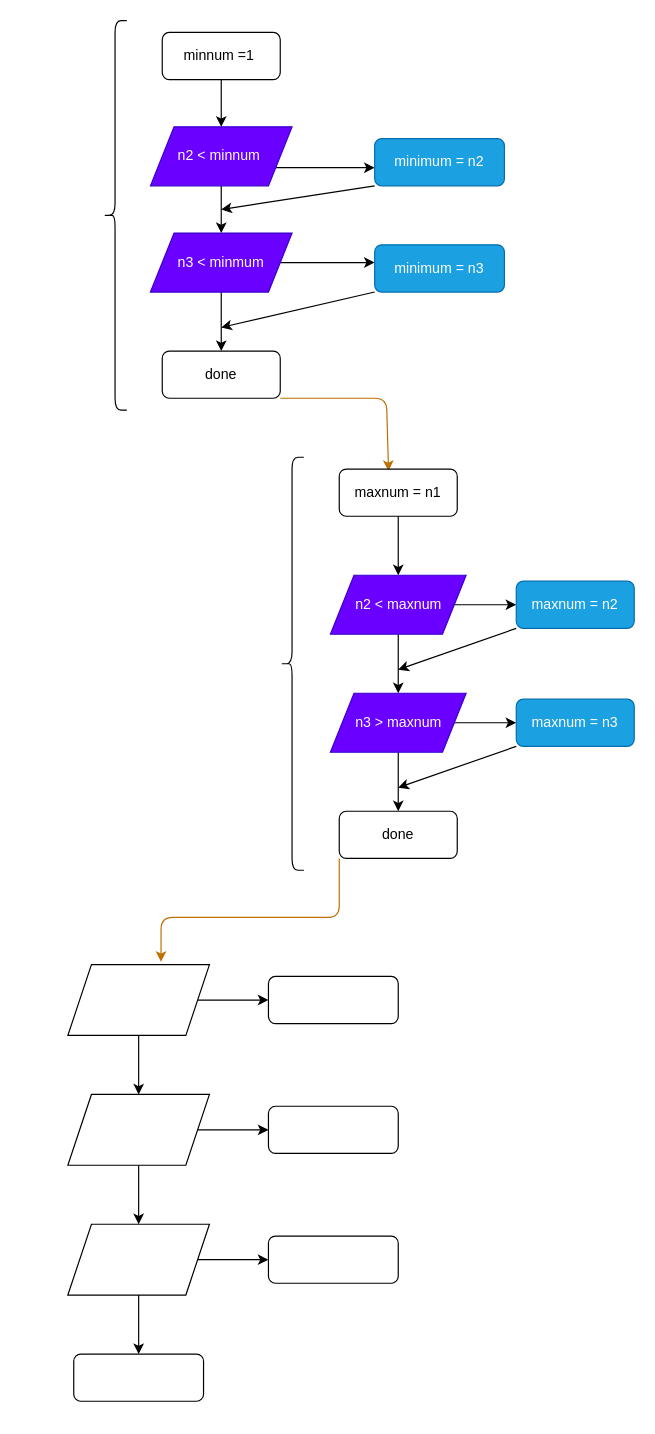
Above: main.drawio in ipivanparra/AD-3-2-F (draw.io), before the change. Source tidied: cells renumbered, new cells numbered last; positions are measured from the earlier drawing's top-left corner, leaving out a move shared by most shapes. Both pictures are drawn from the tidied source at 118%, with x=0, y=0 at pixel (67, 20).
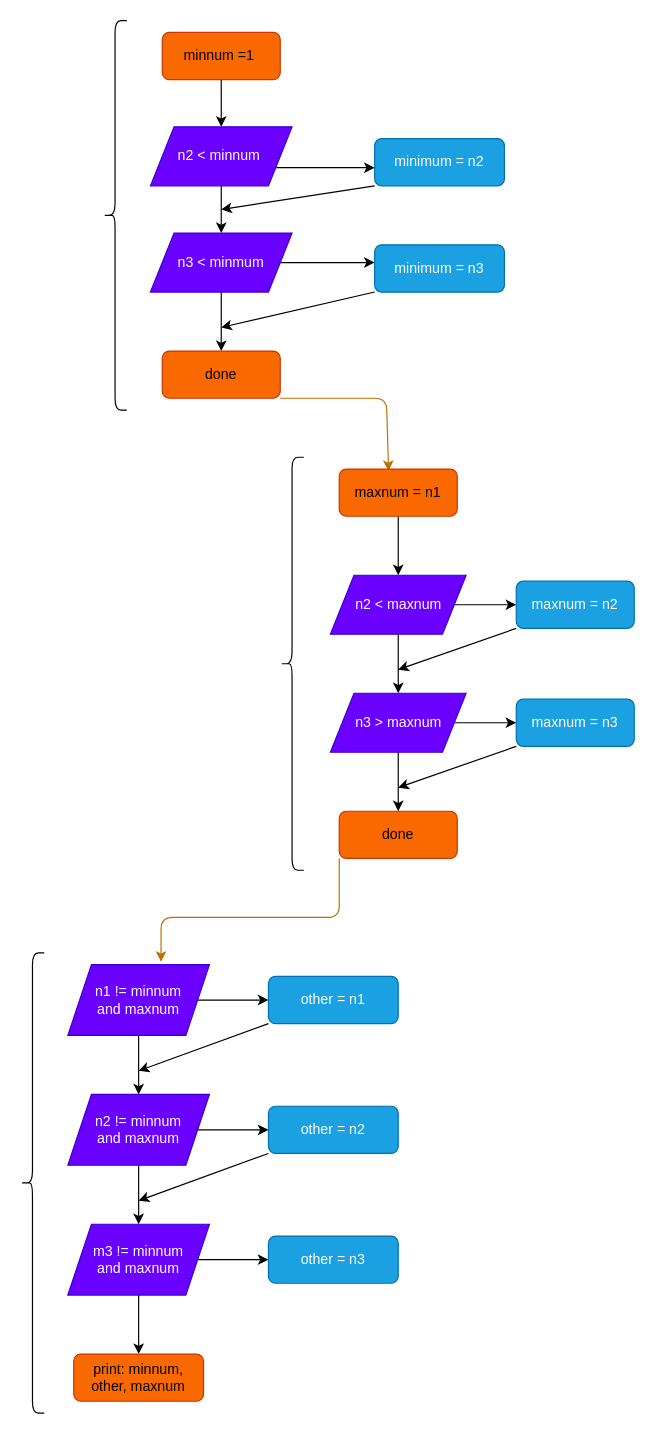
Above is the later version.

Change to the diagram source:
```diff
@@
-    <mxCell id="6" value="minnum =1&amp;nbsp;" style="rounded=1;whiteSpace=wrap;html=1;" parent="1" vertex="1">
+    <mxCell id="6" value="minnum =1&amp;nbsp;" style="rounded=1;whiteSpace=wrap;html=1;fillColor=#fa6800;fontColor=#000000;strokeColor=#C73500;" parent="1" vertex="1">
       <mxGeometry x="80" y="10" width="100" height="40" as="geometry" />
     </mxCell>
@@
-    <mxCell id="11" value="done" style="rounded=1;whiteSpace=wrap;html=1;" parent="1" vertex="1">
+    <mxCell id="11" value="done" style="rounded=1;whiteSpace=wrap;html=1;fillColor=#fa6800;fontColor=#000000;strokeColor=#C73500;" parent="1" vertex="1">
       <mxGeometry x="80" y="280" width="100" height="40" as="geometry" />
     </mxCell>
@@
-    <mxCell id="18" value="maxnum = n1" style="rounded=1;whiteSpace=wrap;html=1;" parent="1" vertex="1">
+    <mxCell id="18" value="maxnum = n1" style="rounded=1;whiteSpace=wrap;html=1;fillColor=#fa6800;fontColor=#000000;strokeColor=#C73500;" parent="1" vertex="1">
       <mxGeometry x="230" y="380" width="100" height="40" as="geometry" />
     </mxCell>
@@
-    <mxCell id="30" value="done" style="rounded=1;whiteSpace=wrap;html=1;" parent="1" vertex="1">
+    <mxCell id="30" value="done" style="rounded=1;whiteSpace=wrap;html=1;fillColor=#fa6800;fontColor=#000000;strokeColor=#C73500;" parent="1" vertex="1">
       <mxGeometry x="230" y="670" width="100" height="40" as="geometry" />
     </mxCell>
@@
-    <mxCell id="34" style="shape=parallelogram;perimeter=parallelogramPerimeter;whiteSpace=wrap;html=1;fixedSize=1;" parent="1" vertex="1">
+    <mxCell id="34" value="n1 != minnum&lt;br&gt;and maxnum" style="shape=parallelogram;perimeter=parallelogramPerimeter;whiteSpace=wrap;html=1;fixedSize=1;fillColor=#6a00ff;fontColor=#ffffff;strokeColor=#3700CC;" parent="1" vertex="1">
       <mxGeometry y="800" width="120" height="60" as="geometry" />
     </mxCell>
@@
-    <mxCell id="37" style="shape=parallelogram;perimeter=parallelogramPerimeter;whiteSpace=wrap;html=1;fixedSize=1;" parent="1" vertex="1">
+    <mxCell id="37" value="n2 != minnum&lt;br&gt;and maxnum" style="shape=parallelogram;perimeter=parallelogramPerimeter;whiteSpace=wrap;html=1;fixedSize=1;fillColor=#6a00ff;fontColor=#ffffff;strokeColor=#3700CC;" parent="1" vertex="1">
       <mxGeometry y="910" width="120" height="60" as="geometry" />
     </mxCell>
@@
-    <mxCell id="40" style="shape=parallelogram;perimeter=parallelogramPerimeter;whiteSpace=wrap;html=1;fixedSize=1;" parent="1" vertex="1">
+    <mxCell id="40" value="m3 != minnum&lt;br&gt;and maxnum" style="shape=parallelogram;perimeter=parallelogramPerimeter;whiteSpace=wrap;html=1;fixedSize=1;fillColor=#6a00ff;fontColor=#ffffff;strokeColor=#3700CC;" parent="1" vertex="1">
       <mxGeometry y="1020" width="120" height="60" as="geometry" />
     </mxCell>
-    <mxCell id="41" style="rounded=1;whiteSpace=wrap;html=1;" parent="1" vertex="1">
+    <mxCell id="41" value="print: minnum, other, maxnum" style="rounded=1;whiteSpace=wrap;html=1;fillColor=#fa6800;fontColor=#000000;strokeColor=#C73500;" parent="1" vertex="1">
       <mxGeometry x="5" y="1130" width="110" height="40" as="geometry" />
     </mxCell>
+    <mxCell id="45" style="edgeStyle=none;html=1;exitX=0;exitY=1;exitDx=0;exitDy=0;" parent="1" edge="1" source="42">
+      <mxGeometry relative="1" as="geometry">
+        <mxPoint x="60" y="890" as="targetPoint" />
+      </mxGeometry>
+    </mxCell>
-    <mxCell id="42" style="rounded=1;whiteSpace=wrap;html=1;" parent="1" vertex="1">
+    <mxCell id="42" value="other = n1" style="rounded=1;whiteSpace=wrap;html=1;fillColor=#1ba1e2;fontColor=#ffffff;strokeColor=#006EAF;" parent="1" vertex="1">
       <mxGeometry x="170" y="810" width="110" height="40" as="geometry" />
     </mxCell>
+    <mxCell id="46" style="edgeStyle=none;html=1;exitX=0;exitY=1;exitDx=0;exitDy=0;" parent="1" edge="1" source="43">
+      <mxGeometry relative="1" as="geometry">
+        <mxPoint x="60" y="1000" as="targetPoint" />
+      </mxGeometry>
+    </mxCell>
-    <mxCell id="43" style="rounded=1;whiteSpace=wrap;html=1;" parent="1" vertex="1">
+    <mxCell id="43" value="other = n2" style="rounded=1;whiteSpace=wrap;html=1;fillColor=#1ba1e2;fontColor=#ffffff;strokeColor=#006EAF;" parent="1" vertex="1">
       <mxGeometry x="170" y="920" width="110" height="40" as="geometry" />
     </mxCell>
-    <mxCell id="44" style="rounded=1;whiteSpace=wrap;html=1;" parent="1" vertex="1">
+    <mxCell id="44" value="other = n3" style="rounded=1;whiteSpace=wrap;html=1;fillColor=#1ba1e2;fontColor=#ffffff;strokeColor=#006EAF;" parent="1" vertex="1">
       <mxGeometry x="170" y="1030" width="110" height="40" as="geometry" />
     </mxCell>
+    <mxCell id="47" style="shape=curlyBracket;whiteSpace=wrap;html=1;rounded=1;labelPosition=left;verticalLabelPosition=middle;align=right;verticalAlign=middle;" parent="1" vertex="1">
+      <mxGeometry x="-40" y="790" width="20" height="390" as="geometry" />
+    </mxCell>
```
